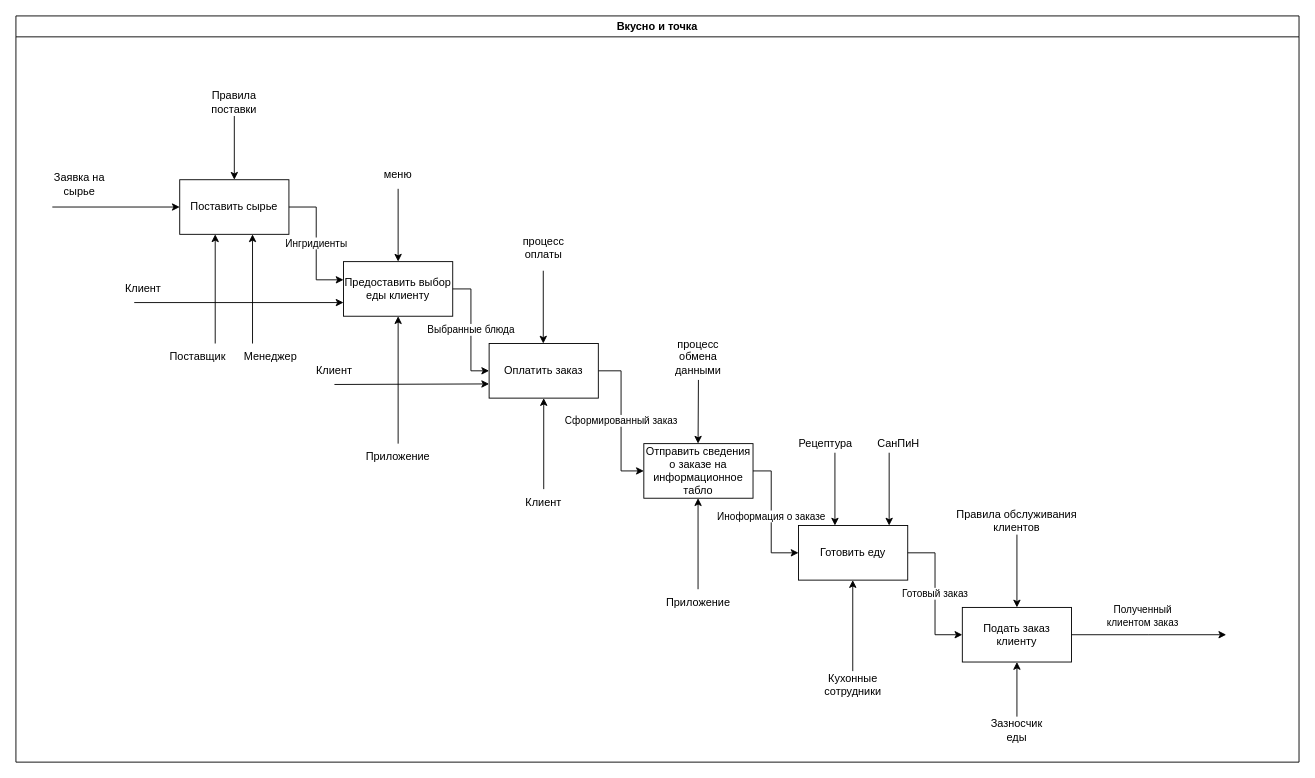
This is project.drawio from Zerogron/MDK-05-01-IDEF, a draw.io file, before an edit. Source tidied: cells renumbered, new cells numbered last; positions are measured from the earlier drawing's top-left corner, leaving out a move shared by most shapes. Both pictures are drawn from the tidied source at 91%, with x=0, y=0 at pixel (15, 15).
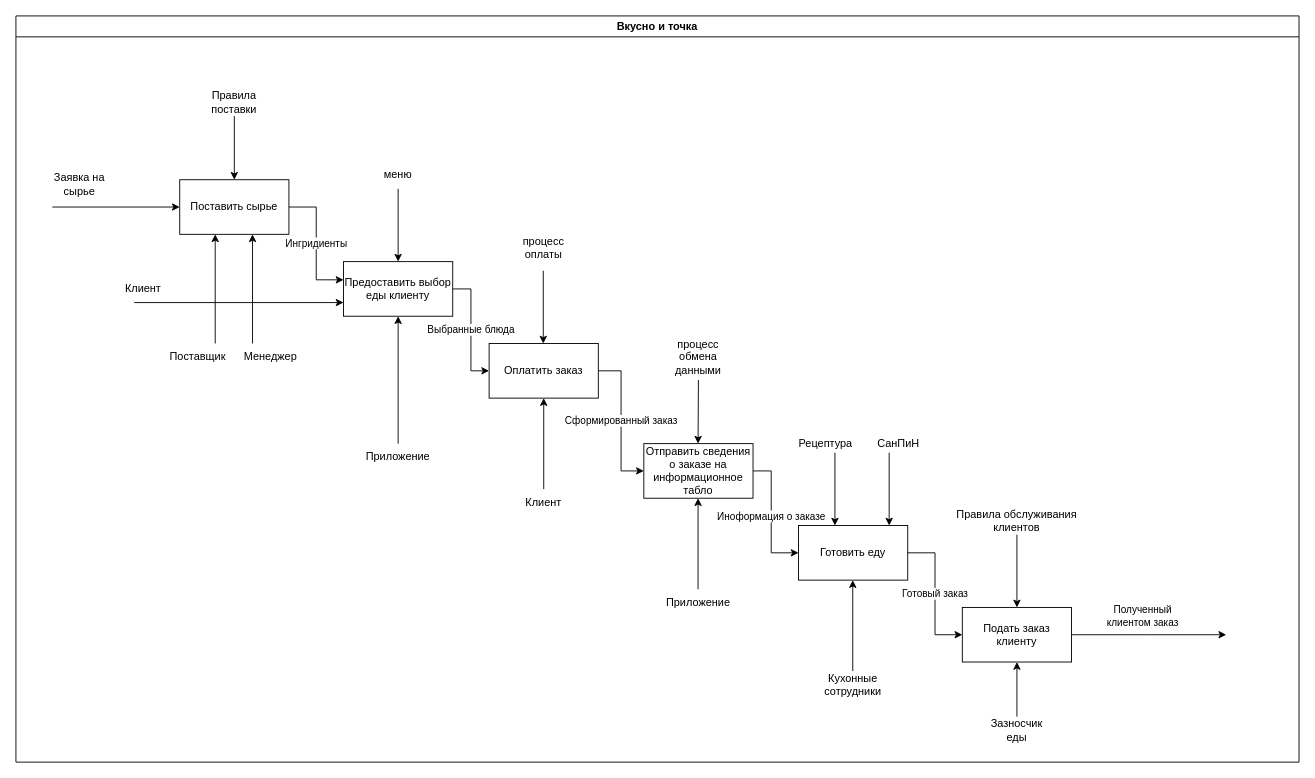
The same diagram, later.

The change refers to these unchanged cells:
```xml
<mxCell id="2" value="Вкусно и точка" style="swimlane;" parent="1" vertex="1">
  <mxGeometry width="1410" height="820" as="geometry" />
</mxCell>
```

What changed in the source:
```diff
@@
-    <mxCell id="42" style="endArrow=classic;html=1;rounded=0;entryX=0;entryY=0.75;entryDx=0;entryDy=0;exitX=0.5;exitY=1;exitDx=0;exitDy=0;" parent="2" edge="1" source="43">
-      <mxGeometry relative="1" as="geometry">
-        <mxPoint x="520" y="404.4" as="targetPoint" />
-      </mxGeometry>
-    </mxCell>
-    <mxCell id="43" value="Клиент" style="text;html=1;strokeColor=none;fillColor=none;align=center;verticalAlign=middle;whiteSpace=wrap;rounded=0;" parent="2" vertex="1">
-      <mxGeometry x="320" y="375" width="60" height="30" as="geometry" />
-    </mxCell>
```
